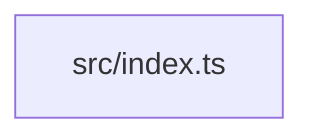
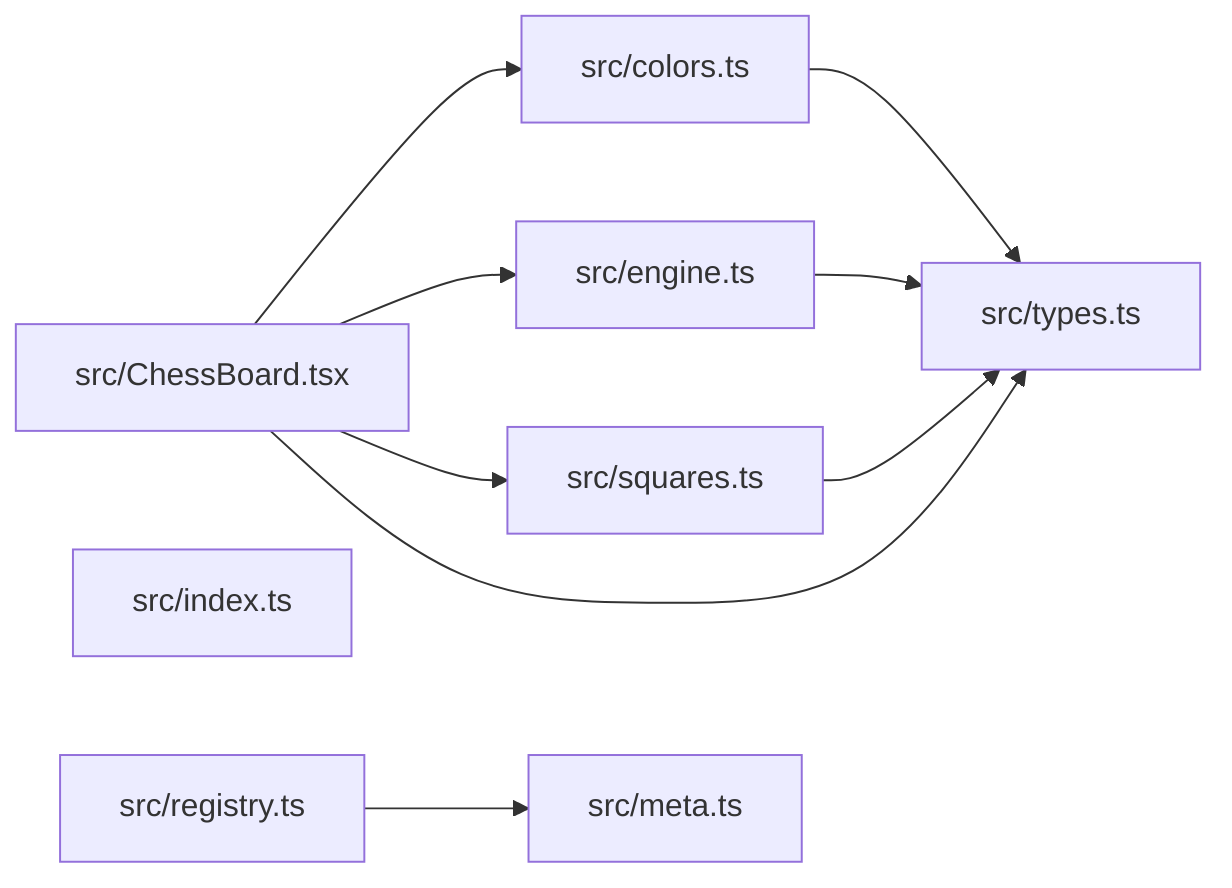
graph LR
+   module_src_ChessBoard_tsx["src/ChessBoard.tsx"]
+   module_src_colors_ts["src/colors.ts"]
+   module_src_engine_ts["src/engine.ts"]
  module_src_index_ts["src/index.ts"]
+   module_src_meta_ts["src/meta.ts"]
+   module_src_registry_ts["src/registry.ts"]
+   module_src_squares_ts["src/squares.ts"]
+   module_src_types_ts["src/types.ts"]
+   module_src_ChessBoard_tsx --> module_src_colors_ts
+   module_src_ChessBoard_tsx --> module_src_engine_ts
+   module_src_ChessBoard_tsx --> module_src_squares_ts
+   module_src_ChessBoard_tsx --> module_src_types_ts
+   module_src_colors_ts --> module_src_types_ts
+   module_src_engine_ts --> module_src_types_ts
+   module_src_registry_ts --> module_src_meta_ts
+   module_src_squares_ts --> module_src_types_ts
